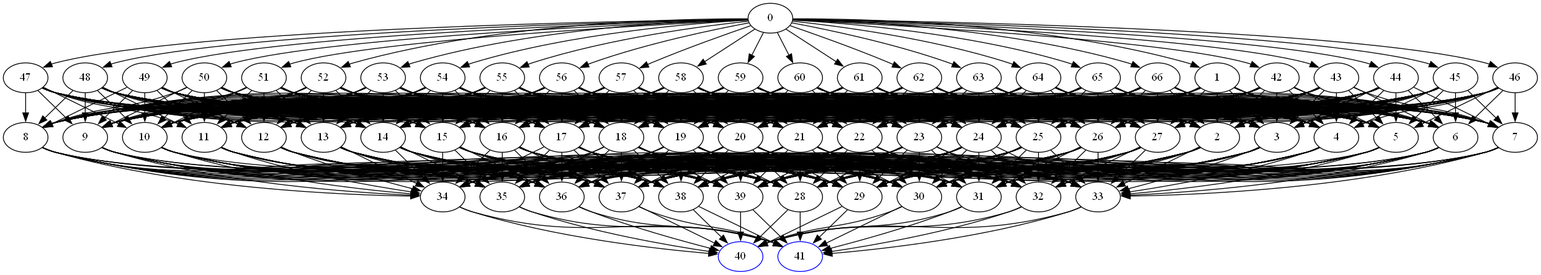
The Graphviz diagram DomainPicture/oralid.fullslate.comdirected_graph.png in Asikl/MazeMapper, before a commit. Its source is kept beside it as DomainPicture/oralid.fullslate.comdirected_graph.dot. Source of this version:
```dot
digraph G {
	0 -> 1;
	0 -> 42;
	0 -> 43;
	0 -> 44;
	0 -> 45;
	0 -> 46;
	0 -> 47;
	0 -> 48;
	0 -> 49;
	0 -> 50;
	0 -> 51;
	0 -> 52;
	0 -> 53;
	0 -> 54;
	0 -> 55;
	0 -> 56;
	0 -> 57;
	0 -> 58;
	0 -> 59;
	0 -> 60;
	0 -> 61;
	0 -> 62;
	0 -> 63;
	0 -> 64;
	0 -> 65;
	0 -> 66;
	1 -> 2;
	1 -> 3;
	1 -> 4;
	1 -> 5;
	1 -> 6;
	1 -> 7;
	1 -> 8;
	1 -> 9;
	1 -> 10;
	1 -> 11;
	1 -> 12;
	1 -> 13;
	1 -> 14;
	1 -> 15;
	1 -> 16;
	1 -> 17;
	1 -> 18;
	1 -> 19;
	1 -> 20;
	1 -> 21;
	1 -> 22;
	1 -> 23;
	1 -> 24;
	1 -> 25;
	1 -> 26;
	1 -> 27;
	2 -> 28;
	2 -> 29;
	2 -> 30;
	2 -> 31;
	2 -> 32;
	2 -> 33;
	2 -> 34;
	2 -> 35;
	2 -> 36;
	2 -> 37;
	2 -> 38;
	2 -> 39;
	3 -> 28;
	3 -> 29;
	3 -> 30;
	3 -> 31;
	3 -> 32;
	3 -> 33;
	3 -> 34;
	3 -> 35;
	3 -> 36;
	3 -> 37;
	3 -> 38;
	3 -> 39;
	4 -> 28;
	4 -> 29;
	4 -> 30;
	4 -> 31;
	4 -> 32;
	4 -> 33;
	4 -> 34;
	4 -> 35;
	4 -> 36;
	4 -> 37;
	4 -> 38;
	4 -> 39;
	5 -> 28;
	5 -> 29;
	5 -> 30;
	5 -> 31;
	5 -> 32;
	5 -> 33;
	5 -> 34;
	5 -> 35;
	5 -> 36;
	5 -> 37;
	5 -> 38;
	5 -> 39;
	6 -> 28;
	6 -> 29;
	6 -> 30;
	6 -> 31;
	6 -> 32;
	6 -> 33;
	6 -> 34;
	6 -> 35;
	6 -> 36;
	6 -> 37;
	6 -> 38;
	6 -> 39;
	7 -> 28;
	7 -> 29;
	7 -> 30;
	7 -> 31;
	7 -> 32;
	7 -> 33;
	7 -> 34;
	7 -> 35;
	7 -> 36;
	7 -> 37;
	7 -> 38;
	7 -> 39;
	8 -> 28;
	8 -> 29;
	8 -> 30;
	8 -> 31;
	8 -> 32;
	8 -> 33;
	8 -> 34;
	8 -> 35;
	8 -> 36;
	8 -> 37;
	8 -> 38;
	8 -> 39;
	9 -> 28;
	9 -> 29;
	9 -> 30;
	9 -> 31;
	9 -> 32;
	9 -> 33;
	9 -> 34;
	9 -> 35;
	9 -> 36;
	9 -> 37;
	9 -> 38;
	9 -> 39;
	10 -> 28;
	10 -> 29;
	10 -> 30;
	10 -> 31;
	10 -> 32;
	10 -> 33;
	10 -> 34;
	10 -> 35;
	10 -> 36;
	10 -> 37;
	10 -> 38;
	10 -> 39;
	11 -> 28;
	11 -> 29;
	11 -> 30;
	11 -> 31;
	11 -> 32;
	11 -> 33;
	11 -> 34;
	11 -> 35;
	11 -> 36;
	11 -> 37;
	11 -> 38;
	11 -> 39;
	12 -> 28;
	12 -> 29;
	12 -> 30;
	12 -> 31;
	12 -> 32;
	12 -> 33;
	12 -> 34;
	12 -> 35;
	12 -> 36;
	12 -> 37;
	12 -> 38;
	12 -> 39;
	13 -> 28;
	13 -> 29;
	13 -> 30;
	13 -> 31;
	13 -> 32;
	13 -> 33;
	13 -> 34;
	13 -> 35;
	13 -> 36;
	13 -> 37;
	13 -> 38;
	13 -> 39;
	14 -> 28;
	14 -> 29;
	14 -> 30;
	14 -> 31;
	14 -> 32;
	14 -> 33;
	14 -> 34;
	14 -> 35;
	14 -> 36;
	14 -> 37;
	14 -> 38;
	14 -> 39;
	15 -> 28;
	15 -> 29;
	15 -> 30;
	15 -> 31;
	15 -> 32;
	15 -> 33;
	15 -> 34;
	15 -> 35;
	15 -> 36;
	15 -> 37;
	15 -> 38;
	15 -> 39;
	16 -> 28;
	16 -> 29;
	16 -> 30;
	16 -> 31;
	16 -> 32;
	16 -> 33;
	16 -> 34;
	16 -> 35;
	16 -> 36;
	16 -> 37;
	16 -> 38;
	16 -> 39;
	17 -> 28;
	17 -> 29;
	17 -> 30;
	17 -> 31;
	17 -> 32;
	17 -> 33;
	17 -> 34;
	17 -> 35;
	17 -> 36;
	17 -> 37;
	17 -> 38;
	17 -> 39;
	18 -> 28;
	18 -> 29;
	18 -> 30;
	18 -> 31;
	18 -> 32;
	18 -> 33;
	18 -> 34;
	18 -> 35;
	18 -> 36;
	18 -> 37;
	18 -> 38;
	18 -> 39;
	19 -> 28;
	19 -> 29;
	19 -> 30;
	19 -> 31;
	19 -> 32;
	19 -> 33;
	19 -> 34;
	19 -> 35;
	19 -> 36;
	19 -> 37;
	19 -> 38;
	19 -> 39;
	20 -> 28;
	20 -> 29;
	20 -> 30;
	20 -> 31;
	20 -> 32;
	20 -> 33;
	20 -> 34;
	20 -> 35;
	20 -> 36;
	20 -> 37;
	20 -> 38;
	20 -> 39;
	21 -> 28;
	21 -> 29;
	21 -> 30;
	21 -> 31;
	21 -> 32;
	21 -> 33;
	21 -> 34;
	21 -> 35;
	21 -> 36;
	21 -> 37;
	21 -> 38;
	21 -> 39;
	22 -> 28;
	22 -> 29;
	22 -> 30;
	22 -> 31;
	22 -> 32;
	22 -> 33;
	22 -> 34;
	22 -> 35;
	22 -> 36;
	22 -> 37;
	22 -> 38;
	22 -> 39;
	23 -> 28;
	23 -> 29;
	23 -> 30;
	23 -> 31;
	23 -> 32;
	23 -> 33;
	23 -> 34;
	23 -> 35;
	23 -> 36;
	23 -> 37;
	23 -> 38;
	23 -> 39;
	24 -> 28;
	24 -> 29;
	24 -> 30;
	24 -> 31;
	24 -> 32;
	24 -> 33;
	24 -> 34;
	24 -> 35;
	24 -> 36;
	24 -> 37;
	24 -> 38;
	24 -> 39;
	25 -> 28;
	25 -> 29;
	25 -> 30;
	25 -> 31;
	25 -> 32;
	25 -> 33;
	25 -> 34;
	25 -> 35;
	25 -> 36;
	25 -> 37;
	25 -> 38;
	25 -> 39;
	26 -> 28;
	26 -> 29;
	26 -> 30;
	26 -> 31;
	26 -> 32;
	26 -> 33;
	26 -> 34;
	26 -> 35;
	26 -> 36;
	26 -> 37;
	26 -> 38;
	26 -> 39;
	27 -> 28;
	27 -> 29;
	27 -> 30;
	27 -> 31;
	27 -> 32;
	27 -> 33;
	27 -> 34;
	27 -> 35;
	27 -> 36;
	27 -> 37;
	27 -> 38;
	27 -> 39;
	28 -> "40";
40 [color=blue];
	28 -> "41";
41 [color=blue];
	29 -> "40";
40 [color=blue];
	29 -> "41";
41 [color=blue];
	30 -> "40";
40 [color=blue];
	30 -> "41";
41 [color=blue];
	31 -> "40";
40 [color=blue];
	31 -> "41";
41 [color=blue];
	32 -> "40";
40 [color=blue];
	32 -> "41";
41 [color=blue];
	33 -> "40";
40 [color=blue];
	33 -> "41";
41 [color=blue];
	34 -> "40";
40 [color=blue];
	34 -> "41";
41 [color=blue];
	35 -> "40";
40 [color=blue];
	35 -> "41";
41 [color=blue];
	36 -> "40";
40 [color=blue];
	36 -> "41";
41 [color=blue];
	37 -> "40";
40 [color=blue];
	37 -> "41";
41 [color=blue];
	38 -> "40";
40 [color=blue];
	38 -> "41";
41 [color=blue];
	39 -> "40";
40 [color=blue];
	39 -> "41";
41 [color=blue];
	42 -> 2;
	42 -> 3;
	42 -> 4;
	42 -> 5;
	42 -> 6;
	42 -> 7;
	42 -> 8;
	42 -> 9;
	42 -> 10;
	42 -> 11;
	42 -> 12;
	42 -> 13;
	42 -> 14;
	42 -> 15;
	42 -> 16;
	42 -> 17;
	42 -> 18;
	42 -> 19;
	42 -> 20;
	42 -> 21;
	42 -> 22;
	42 -> 23;
	42 -> 24;
	42 -> 25;
	42 -> 26;
	42 -> 27;
	43 -> 2;
	43 -> 3;
	43 -> 4;
	43 -> 5;
	43 -> 6;
	43 -> 7;
	43 -> 8;
	43 -> 9;
	43 -> 10;
	43 -> 11;
	43 -> 12;
	43 -> 13;
	43 -> 14;
	43 -> 15;
	43 -> 16;
	43 -> 17;
	43 -> 18;
	43 -> 19;
	43 -> 20;
	43 -> 21;
	43 -> 22;
	43 -> 23;
	43 -> 24;
	43 -> 25;
	43 -> 26;
	43 -> 27;
	44 -> 2;
	44 -> 3;
	44 -> 4;
	44 -> 5;
	44 -> 6;
	44 -> 7;
	44 -> 8;
	44 -> 9;
	44 -> 10;
	44 -> 11;
	44 -> 12;
	44 -> 13;
	44 -> 14;
	44 -> 15;
	44 -> 16;
	44 -> 17;
	44 -> 18;
	44 -> 19;
	44 -> 20;
	44 -> 21;
	44 -> 22;
	44 -> 23;
	44 -> 24;
	44 -> 25;
	44 -> 26;
	44 -> 27;
	45 -> 2;
	45 -> 3;
	45 -> 4;
	45 -> 5;
	45 -> 6;
	45 -> 7;
	45 -> 8;
	45 -> 9;
	45 -> 10;
	45 -> 11;
	45 -> 12;
	45 -> 13;
	45 -> 14;
	45 -> 15;
	45 -> 16;
	45 -> 17;
	45 -> 18;
	45 -> 19;
	45 -> 20;
	45 -> 21;
	45 -> 22;
	45 -> 23;
	45 -> 24;
	45 -> 25;
	45 -> 26;
	45 -> 27;
	46 -> 2;
	46 -> 3;
	46 -> 4;
	46 -> 5;
	46 -> 6;
	46 -> 7;
	46 -> 8;
	46 -> 9;
	46 -> 10;
	46 -> 11;
	46 -> 12;
	46 -> 13;
	46 -> 14;
	46 -> 15;
	46 -> 16;
	46 -> 17;
	46 -> 18;
	46 -> 19;
	46 -> 20;
	46 -> 21;
	46 -> 22;
	46 -> 23;
	46 -> 24;
	46 -> 25;
	46 -> 26;
	46 -> 27;
	47 -> 2;
	47 -> 3;
	47 -> 4;
	47 -> 5;
	47 -> 6;
	47 -> 7;
	47 -> 8;
	47 -> 9;
	47 -> 10;
	47 -> 11;
	47 -> 12;
	47 -> 13;
	47 -> 14;
	47 -> 15;
	47 -> 16;
	47 -> 17;
	47 -> 18;
	47 -> 19;
	47 -> 20;
	47 -> 21;
	47 -> 22;
	47 -> 23;
	47 -> 24;
	47 -> 25;
	47 -> 26;
	47 -> 27;
	48 -> 2;
	48 -> 3;
	48 -> 4;
	48 -> 5;
	48 -> 6;
	48 -> 7;
	48 -> 8;
	48 -> 9;
	48 -> 10;
	48 -> 11;
	48 -> 12;
	48 -> 13;
	48 -> 14;
	48 -> 15;
	48 -> 16;
	48 -> 17;
	48 -> 18;
	48 -> 19;
	48 -> 20;
	48 -> 21;
	48 -> 22;
	48 -> 23;
	48 -> 24;
	48 -> 25;
	48 -> 26;
	48 -> 27;
	49 -> 2;
	49 -> 3;
	49 -> 4;
	49 -> 5;
	49 -> 6;
	49 -> 7;
	49 -> 8;
	49 -> 9;
	49 -> 10;
	49 -> 11;
	49 -> 12;
	49 -> 13;
	49 -> 14;
	49 -> 15;
	49 -> 16;
	49 -> 17;
	49 -> 18;
	49 -> 19;
	49 -> 20;
	49 -> 21;
	49 -> 22;
	49 -> 23;
	49 -> 24;
	49 -> 25;
	49 -> 26;
	49 -> 27;
	50 -> 2;
	50 -> 3;
	50 -> 4;
	50 -> 5;
	50 -> 6;
	50 -> 7;
	50 -> 8;
	50 -> 9;
	50 -> 10;
	50 -> 11;
	50 -> 12;
	50 -> 13;
	50 -> 14;
	50 -> 15;
	50 -> 16;
	50 -> 17;
	50 -> 18;
	50 -> 19;
	50 -> 20;
	50 -> 21;
	50 -> 22;
	50 -> 23;
	50 -> 24;
	50 -> 25;
	50 -> 26;
	50 -> 27;
	51 -> 2;
	51 -> 3;
	51 -> 4;
	51 -> 5;
	51 -> 6;
	51 -> 7;
	51 -> 8;
	51 -> 9;
	51 -> 10;
	51 -> 11;
	51 -> 12;
	51 -> 13;
	51 -> 14;
	51 -> 15;
	51 -> 16;
	51 -> 17;
	51 -> 18;
	51 -> 19;
	51 -> 20;
	51 -> 21;
	51 -> 22;
	51 -> 23;
	51 -> 24;
	51 -> 25;
	51 -> 26;
	51 -> 27;
	52 -> 2;
	52 -> 3;
	52 -> 4;
	52 -> 5;
	52 -> 6;
	52 -> 7;
	52 -> 8;
	52 -> 9;
	52 -> 10;
	52 -> 11;
	52 -> 12;
	52 -> 13;
	52 -> 14;
	52 -> 15;
	52 -> 16;
	52 -> 17;
	52 -> 18;
	52 -> 19;
	52 -> 20;
	52 -> 21;
	52 -> 22;
	52 -> 23;
	52 -> 24;
	52 -> 25;
	52 -> 26;
	52 -> 27;
	53 -> 2;
	53 -> 3;
	53 -> 4;
	53 -> 5;
	53 -> 6;
	53 -> 7;
	53 -> 8;
	53 -> 9;
	53 -> 10;
	53 -> 11;
	53 -> 12;
	53 -> 13;
	53 -> 14;
	53 -> 15;
	53 -> 16;
	53 -> 17;
	53 -> 18;
	53 -> 19;
	53 -> 20;
	53 -> 21;
	53 -> 22;
	53 -> 23;
	53 -> 24;
	53 -> 25;
	53 -> 26;
	53 -> 27;
	54 -> 2;
	54 -> 3;
	54 -> 4;
	54 -> 5;
	54 -> 6;
	54 -> 7;
	54 -> 8;
	54 -> 9;
	54 -> 10;
	54 -> 11;
	54 -> 12;
	54 -> 13;
	54 -> 14;
	54 -> 15;
	54 -> 16;
	54 -> 17;
	54 -> 18;
	54 -> 19;
	54 -> 20;
	54 -> 21;
	54 -> 22;
	54 -> 23;
	54 -> 24;
	54 -> 25;
	54 -> 26;
	54 -> 27;
	55 -> 2;
	55 -> 3;
	55 -> 4;
	55 -> 5;
	55 -> 6;
	55 -> 7;
	55 -> 8;
	55 -> 9;
	55 -> 10;
	55 -> 11;
	55 -> 12;
	55 -> 13;
	55 -> 14;
	55 -> 15;
	55 -> 16;
	55 -> 17;
	55 -> 18;
	55 -> 19;
	55 -> 20;
	55 -> 21;
	55 -> 22;
	55 -> 23;
	55 -> 24;
	55 -> 25;
	55 -> 26;
	55 -> 27;
	56 -> 2;
	56 -> 3;
	56 -> 4;
	56 -> 5;
	56 -> 6;
	56 -> 7;
	56 -> 8;
	56 -> 9;
	56 -> 10;
	56 -> 11;
	56 -> 12;
	56 -> 13;
	56 -> 14;
	56 -> 15;
	56 -> 16;
	56 -> 17;
	56 -> 18;
	56 -> 19;
	56 -> 20;
	56 -> 21;
	56 -> 22;
	56 -> 23;
	56 -> 24;
	56 -> 25;
	56 -> 26;
	56 -> 27;
	57 -> 2;
	57 -> 3;
	57 -> 4;
	57 -> 5;
	57 -> 6;
	57 -> 7;
	57 -> 8;
	57 -> 9;
	57 -> 10;
	57 -> 11;
	57 -> 12;
	57 -> 13;
	57 -> 14;
	57 -> 15;
	57 -> 16;
	57 -> 17;
	57 -> 18;
	57 -> 19;
	57 -> 20;
	57 -> 21;
	57 -> 22;
	57 -> 23;
	57 -> 24;
	57 -> 25;
	57 -> 26;
	57 -> 27;
	58 -> 2;
	58 -> 3;
	58 -> 4;
	58 -> 5;
	58 -> 6;
	58 -> 7;
	58 -> 8;
	58 -> 9;
	58 -> 10;
	58 -> 11;
	58 -> 12;
	58 -> 13;
	58 -> 14;
	58 -> 15;
	58 -> 16;
	58 -> 17;
	58 -> 18;
	58 -> 19;
	58 -> 20;
	58 -> 21;
	58 -> 22;
	58 -> 23;
	58 -> 24;
	58 -> 25;
	58 -> 26;
	58 -> 27;
	59 -> 2;
	59 -> 3;
	59 -> 4;
	59 -> 5;
	59 -> 6;
	59 -> 7;
	59 -> 8;
	59 -> 9;
	59 -> 10;
	59 -> 11;
	59 -> 12;
	59 -> 13;
	59 -> 14;
	59 -> 15;
	59 -> 16;
	59 -> 17;
	59 -> 18;
	59 -> 19;
	59 -> 20;
	59 -> 21;
	59 -> 22;
	59 -> 23;
	59 -> 24;
	59 -> 25;
	59 -> 26;
	59 -> 27;
	60 -> 2;
	60 -> 3;
	60 -> 4;
	60 -> 5;
	60 -> 6;
	60 -> 7;
	60 -> 8;
	60 -> 9;
	60 -> 10;
	60 -> 11;
	60 -> 12;
	60 -> 13;
	60 -> 14;
	60 -> 15;
	60 -> 16;
	60 -> 17;
	60 -> 18;
	60 -> 19;
	60 -> 20;
	60 -> 21;
	60 -> 22;
	60 -> 23;
	60 -> 24;
	60 -> 25;
	60 -> 26;
	60 -> 27;
	61 -> 2;
	61 -> 3;
	61 -> 4;
	61 -> 5;
	61 -> 6;
	61 -> 7;
	61 -> 8;
	61 -> 9;
	61 -> 10;
	61 -> 11;
	61 -> 12;
	61 -> 13;
	61 -> 14;
	61 -> 15;
	61 -> 16;
	61 -> 17;
	61 -> 18;
	61 -> 19;
	61 -> 20;
	61 -> 21;
	61 -> 22;
	61 -> 23;
	61 -> 24;
	61 -> 25;
	61 -> 26;
	61 -> 27;
	62 -> 2;
	62 -> 3;
	62 -> 4;
	62 -> 5;
	62 -> 6;
	62 -> 7;
	62 -> 8;
	62 -> 9;
	62 -> 10;
	62 -> 11;
	62 -> 12;
	62 -> 13;
	62 -> 14;
	62 -> 15;
	62 -> 16;
	62 -> 17;
	62 -> 18;
	62 -> 19;
	62 -> 20;
	62 -> 21;
	62 -> 22;
	62 -> 23;
	62 -> 24;
	62 -> 25;
	62 -> 26;
	62 -> 27;
	63 -> 2;
	63 -> 3;
	63 -> 4;
	63 -> 5;
	63 -> 6;
	63 -> 7;
	63 -> 8;
	63 -> 9;
	63 -> 10;
	63 -> 11;
	63 -> 12;
	63 -> 13;
	63 -> 14;
	63 -> 15;
	63 -> 16;
	63 -> 17;
	63 -> 18;
	63 -> 19;
	63 -> 20;
	63 -> 21;
	63 -> 22;
	63 -> 23;
	63 -> 24;
	63 -> 25;
	63 -> 26;
	63 -> 27;
	64 -> 2;
	64 -> 3;
	64 -> 4;
	64 -> 5;
	64 -> 6;
	64 -> 7;
	64 -> 8;
	64 -> 9;
	64 -> 10;
	64 -> 11;
	64 -> 12;
	64 -> 13;
	64 -> 14;
	64 -> 15;
	64 -> 16;
	64 -> 17;
	64 -> 18;
	64 -> 19;
	64 -> 20;
	64 -> 21;
	64 -> 22;
	64 -> 23;
	64 -> 24;
	64 -> 25;
	64 -> 26;
	64 -> 27;
	65 -> 2;
	65 -> 3;
	65 -> 4;
	65 -> 5;
	65 -> 6;
	65 -> 7;
	65 -> 8;
	65 -> 9;
	65 -> 10;
	65 -> 11;
	65 -> 12;
	65 -> 13;
	65 -> 14;
	65 -> 15;
	65 -> 16;
	65 -> 17;
	65 -> 18;
	65 -> 19;
	65 -> 20;
	65 -> 21;
	65 -> 22;
	65 -> 23;
	65 -> 24;
	65 -> 25;
	65 -> 26;
	65 -> 27;
	66 -> 2;
	66 -> 3;
	66 -> 4;
	66 -> 5;
	66 -> 6;
	66 -> 7;
	66 -> 8;
	66 -> 9;
	66 -> 10;
	66 -> 11;
	66 -> 12;
	66 -> 13;
	66 -> 14;
	66 -> 15;
	66 -> 16;
	66 -> 17;
	66 -> 18;
	66 -> 19;
	66 -> 20;
	66 -> 21;
	66 -> 22;
	66 -> 23;
	66 -> 24;
	66 -> 25;
	66 -> 26;
	66 -> 27;
}
```
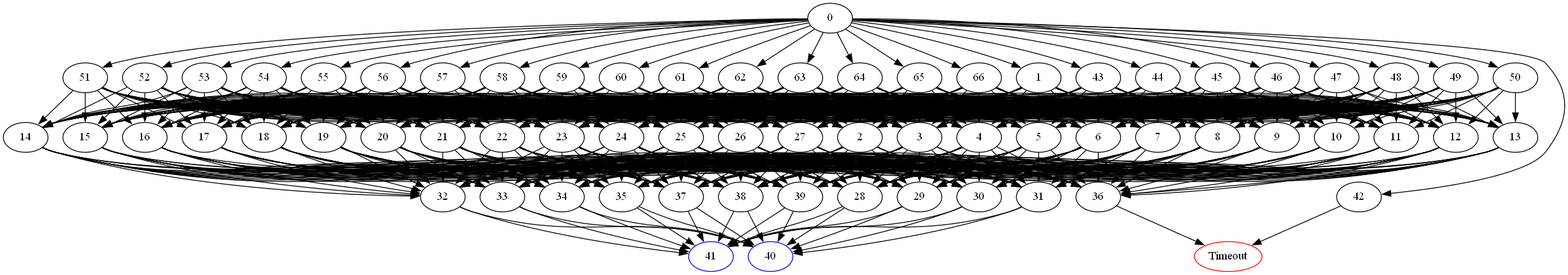
The same file after the commit.

Change to the diagram source:
```diff
@@ -395,10 +395,8 @@
 40 [color=blue];
 	35 -> "41";
 41 [color=blue];
-	36 -> "40";
-40 [color=blue];
-	36 -> "41";
-41 [color=blue];
+	36 -> "Timeout";
+Timeout [color=red];
 	37 -> "40";
 40 [color=blue];
 	37 -> "41";
@@ -411,32 +409,8 @@
 40 [color=blue];
 	39 -> "41";
 41 [color=blue];
-	42 -> 2;
-	42 -> 3;
-	42 -> 4;
-	42 -> 5;
-	42 -> 6;
-	42 -> 7;
-	42 -> 8;
-	42 -> 9;
-	42 -> 10;
-	42 -> 11;
-	42 -> 12;
-	42 -> 13;
-	42 -> 14;
-	42 -> 15;
-	42 -> 16;
-	42 -> 17;
-	42 -> 18;
-	42 -> 19;
-	42 -> 20;
-	42 -> 21;
-	42 -> 22;
-	42 -> 23;
-	42 -> 24;
-	42 -> 25;
-	42 -> 26;
-	42 -> 27;
+	42 -> "Timeout";
+Timeout [color=red];
 	43 -> 2;
 	43 -> 3;
 	43 -> 4;
```
